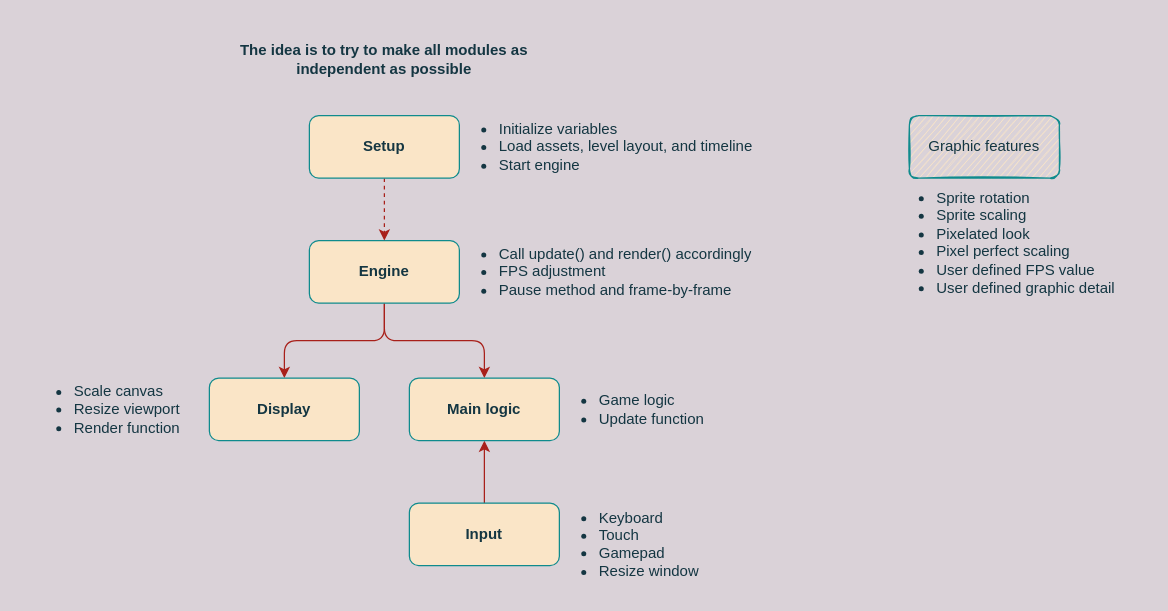
carloswunsche/js13k-shmup keeps this draw.io diagram as Diagram.drawio. Above is the earlier version. Source tidied: cells renumbered, new cells numbered last; positions are measured from the earlier drawing's top-left corner, leaving out a move shared by most shapes. Both pictures are drawn from the tidied source at 125%, with x=0, y=0 at pixel (21, 21).
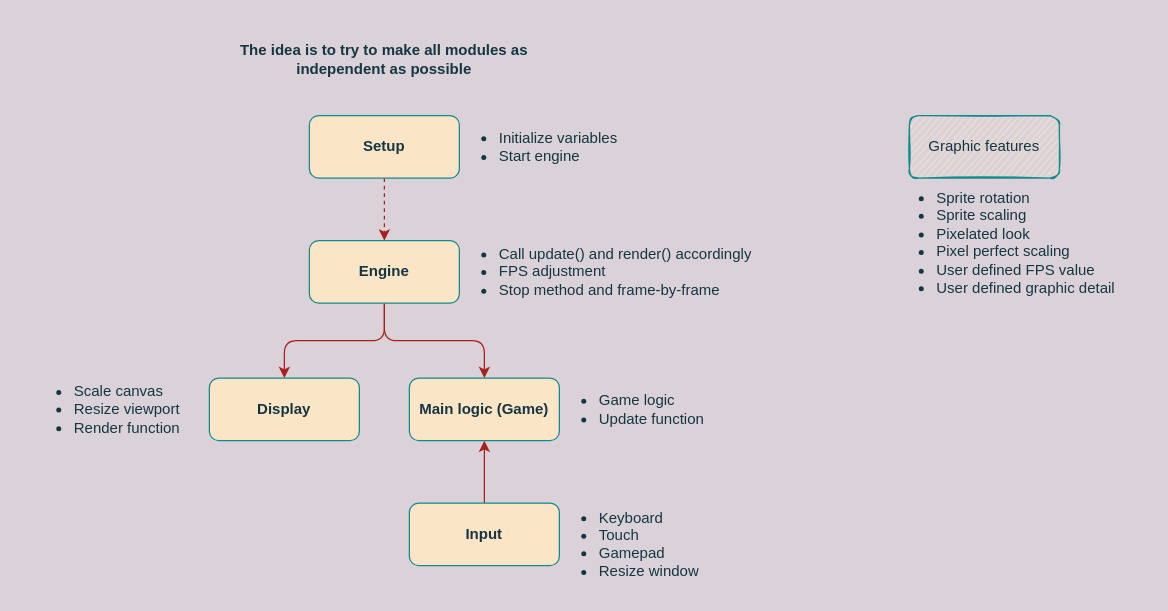
Above is the later version.

What changed in the source:
```diff
@@
 <mxGraphModel background="#DAD2D8">
   <root>
     <mxCell id="0" />
     <mxCell id="1" parent="0" />
     <mxCell id="2" style="edgeStyle=orthogonalEdgeStyle;curved=0;rounded=1;sketch=0;jettySize=auto;html=1;exitX=0.5;exitY=1;exitDx=0;exitDy=0;entryX=0.5;entryY=0;entryDx=0;entryDy=0;fontColor=#143642;strokeColor=#A8201A;fillColor=#FAE5C7;labelBackgroundColor=#DAD2D8;" parent="1" edge="1" source="4" target="8">
       <mxGeometry relative="1" as="geometry" />
     </mxCell>
     <mxCell id="3" style="edgeStyle=orthogonalEdgeStyle;curved=0;rounded=1;sketch=0;jettySize=auto;html=1;exitX=0.5;exitY=1;exitDx=0;exitDy=0;entryX=0.5;entryY=0;entryDx=0;entryDy=0;fontColor=#143642;strokeColor=#A8201A;fillColor=#FAE5C7;labelBackgroundColor=#DAD2D8;" parent="1" edge="1" source="4" target="5">
       <mxGeometry relative="1" as="geometry" />
     </mxCell>
     <mxCell id="4" value="&lt;b&gt;Engine&lt;/b&gt;" style="rounded=1;whiteSpace=wrap;html=1;fillColor=#FAE5C7;strokeColor=#0F8B8D;fontColor=#143642;" parent="1" vertex="1">
       <mxGeometry x="230" y="175" width="120" height="50" as="geometry" />
     </mxCell>
     <mxCell id="5" value="&lt;b&gt;Display&lt;/b&gt;" style="rounded=1;whiteSpace=wrap;html=1;fillColor=#FAE5C7;strokeColor=#0F8B8D;fontColor=#143642;" parent="1" vertex="1">
       <mxGeometry x="150" y="285" width="120" height="50" as="geometry" />
     </mxCell>
     <mxCell id="6" style="edgeStyle=orthogonalEdgeStyle;curved=0;rounded=1;sketch=0;jettySize=auto;html=1;exitX=0.5;exitY=0;exitDx=0;exitDy=0;entryX=0.5;entryY=1;entryDx=0;entryDy=0;fontColor=#143642;strokeColor=#A8201A;fillColor=#FAE5C7;" parent="1" edge="1" source="7" target="8">
       <mxGeometry relative="1" as="geometry" />
     </mxCell>
     <mxCell id="7" value="&lt;b&gt;Input&lt;/b&gt;" style="rounded=1;whiteSpace=wrap;html=1;fillColor=#FAE5C7;strokeColor=#0F8B8D;fontColor=#143642;" parent="1" vertex="1">
       <mxGeometry x="310" y="385" width="120" height="50" as="geometry" />
     </mxCell>
-    <mxCell id="8" value="&lt;b&gt;Main logic&lt;/b&gt;" style="rounded=1;whiteSpace=wrap;html=1;sketch=0;fontColor=#143642;strokeColor=#0F8B8D;fillColor=#FAE5C7;" parent="1" vertex="1">
+    <mxCell id="8" value="&lt;b&gt;Main logic (Game)&lt;/b&gt;" style="rounded=1;whiteSpace=wrap;html=1;sketch=0;fontColor=#143642;strokeColor=#0F8B8D;fillColor=#FAE5C7;" parent="1" vertex="1">
       <mxGeometry x="310" y="285" width="120" height="50" as="geometry" />
     </mxCell>
     <mxCell id="9" style="edgeStyle=orthogonalEdgeStyle;curved=0;rounded=1;sketch=0;jettySize=auto;html=1;exitX=0.5;exitY=1;exitDx=0;exitDy=0;entryX=0.5;entryY=0;entryDx=0;entryDy=0;fontColor=#143642;fillColor=#FAE5C7;dashed=1;labelBackgroundColor=#DAD2D8;strokeColor=#A8201A;" parent="1" edge="1" source="10" target="4">
       <mxGeometry relative="1" as="geometry" />
     </mxCell>
     <mxCell id="10" value="&lt;b&gt;Setup&lt;/b&gt;" style="rounded=1;whiteSpace=wrap;html=1;sketch=0;fontColor=#143642;strokeColor=#0F8B8D;fillColor=#FAE5C7;" parent="1" vertex="1">
       <mxGeometry x="230" y="75" width="120" height="50" as="geometry" />
     </mxCell>
     <mxCell id="11" value="&lt;b&gt;The idea is to try to make all modules as independent as possible&lt;/b&gt;" style="text;html=1;strokeColor=none;fillColor=none;align=center;verticalAlign=middle;whiteSpace=wrap;rounded=0;sketch=0;fontColor=#143642;" parent="1" vertex="1">
       <mxGeometry x="165" width="250" height="60" as="geometry" />
     </mxCell>
     <mxCell id="12" value="&lt;ul&gt;&lt;li&gt;Keyboard&lt;/li&gt;&lt;li&gt;Touch&lt;/li&gt;&lt;li&gt;Gamepad&lt;/li&gt;&lt;li&gt;Resize window&lt;/li&gt;&lt;/ul&gt;" style="text;strokeColor=none;fillColor=none;html=1;whiteSpace=wrap;verticalAlign=middle;overflow=hidden;rounded=0;sketch=0;fontColor=#143642;" parent="1" vertex="1">
       <mxGeometry x="420" y="375" width="140" height="80" as="geometry" />
     </mxCell>
-    <mxCell id="13" value="&lt;ul&gt;&lt;li&gt;&lt;span style=&quot;text-align: center&quot;&gt;Initialize variables&lt;/span&gt;&lt;/li&gt;&lt;li&gt;&lt;span style=&quot;text-align: center&quot;&gt;Load assets, level layout, and timeline&lt;/span&gt;&lt;/li&gt;&lt;li&gt;&lt;span style=&quot;text-align: center&quot;&gt;Start engine&lt;/span&gt;&lt;br&gt;&lt;/li&gt;&lt;/ul&gt;" style="text;strokeColor=none;fillColor=none;html=1;whiteSpace=wrap;verticalAlign=middle;overflow=hidden;rounded=0;sketch=0;fontColor=#143642;" parent="1" vertex="1">
+    <mxCell id="13" value="&lt;ul&gt;&lt;li&gt;&lt;span style=&quot;text-align: center&quot;&gt;Initialize variables&lt;/span&gt;&lt;/li&gt;&lt;li&gt;&lt;span style=&quot;text-align: center&quot;&gt;Start engine&lt;/span&gt;&lt;br&gt;&lt;/li&gt;&lt;/ul&gt;" style="text;strokeColor=none;fillColor=none;html=1;whiteSpace=wrap;verticalAlign=middle;overflow=hidden;rounded=0;sketch=0;fontColor=#143642;" parent="1" vertex="1">
       <mxGeometry x="340" y="60" width="280" height="80" as="geometry" />
     </mxCell>
-    <mxCell id="14" value="&lt;ul&gt;&lt;li&gt;Call update() and render() accordingly&lt;/li&gt;&lt;li&gt;FPS adjustment&lt;/li&gt;&lt;li&gt;Pause method and frame-by-frame&lt;/li&gt;&lt;/ul&gt;" style="text;strokeColor=none;fillColor=none;html=1;whiteSpace=wrap;verticalAlign=middle;overflow=hidden;rounded=0;sketch=0;fontColor=#143642;" parent="1" vertex="1">
+    <mxCell id="14" value="&lt;ul&gt;&lt;li&gt;Call update() and render() accordingly&lt;/li&gt;&lt;li&gt;FPS adjustment&lt;/li&gt;&lt;li&gt;Stop method and frame-by-frame&lt;/li&gt;&lt;/ul&gt;" style="text;strokeColor=none;fillColor=none;html=1;whiteSpace=wrap;verticalAlign=middle;overflow=hidden;rounded=0;sketch=0;fontColor=#143642;" parent="1" vertex="1">
       <mxGeometry x="340" y="160" width="260" height="80" as="geometry" />
     </mxCell>
     <mxCell id="15" value="&lt;ul&gt;&lt;li&gt;Game logic&lt;/li&gt;&lt;li&gt;Update function&lt;/li&gt;&lt;/ul&gt;" style="text;strokeColor=none;fillColor=none;html=1;whiteSpace=wrap;verticalAlign=middle;overflow=hidden;rounded=0;sketch=0;fontColor=#143642;" parent="1" vertex="1">
       <mxGeometry x="420" y="270" width="130" height="80" as="geometry" />
     </mxCell>
     <mxCell id="16" value="&lt;ul&gt;&lt;li&gt;Scale canvas&lt;/li&gt;&lt;li&gt;Resize viewport&lt;/li&gt;&lt;li&gt;Render function&lt;/li&gt;&lt;/ul&gt;" style="text;strokeColor=none;fillColor=none;html=1;whiteSpace=wrap;verticalAlign=middle;overflow=hidden;rounded=0;sketch=0;fontColor=#143642;" parent="1" vertex="1">
       <mxGeometry y="270" width="140" height="80" as="geometry" />
     </mxCell>
     <mxCell id="17" value="Graphic features" style="rounded=1;whiteSpace=wrap;html=1;sketch=1;fontColor=#143642;strokeColor=#0F8B8D;fillColor=#FAE5C7;shadow=0;glass=0;" parent="1" vertex="1">
       <mxGeometry x="710" y="75" width="120" height="50" as="geometry" />
     </mxCell>
     <mxCell id="18" value="&lt;ul&gt;&lt;li&gt;Sprite rotation&lt;/li&gt;&lt;li&gt;Sprite scaling&lt;/li&gt;&lt;li&gt;Pixelated look&lt;/li&gt;&lt;li&gt;Pixel perfect scaling&lt;/li&gt;&lt;li&gt;User defined FPS value&lt;/li&gt;&lt;li&gt;User defined graphic detail&lt;/li&gt;&lt;/ul&gt;" style="text;strokeColor=none;fillColor=none;html=1;verticalAlign=top;overflow=hidden;rounded=0;shadow=0;glass=0;sketch=1;fontColor=#143642;horizontal=1;labelPosition=center;verticalLabelPosition=middle;align=left;spacing=2;" parent="1" vertex="1">
       <mxGeometry x="690" y="115" width="210" height="190" as="geometry" />
     </mxCell>
   </root>
 </mxGraphModel>
```
